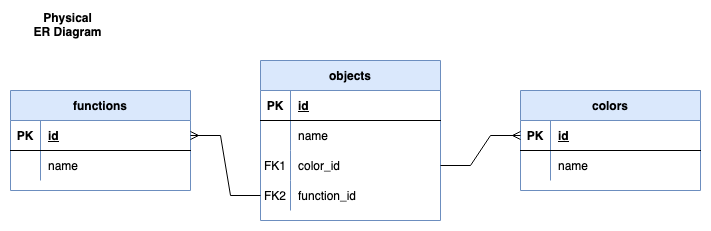
Earlier version of the draw.io export docs/presentations/modeling/01_has_many/images/physical_er.png (chipzx92/DataEngineeringI320). Source tidied: cells renumbered, new cells last; positions are measured from the earlier drawing's top-left corner, leaving out a move shared by most shapes. The source it was exported from:
```xml
<mxGraphModel>
  <root>
    <mxCell id="0" />
    <mxCell id="1" parent="0" />
    <mxCell id="2" value="objects" style="shape=table;startSize=30;rowLines=0;fontStyle=1;align=center;fillColor=#dae8fc;strokeColor=#6c8ebf;" parent="1" vertex="1">
      <mxGeometry x="250" y="50" width="180" height="160" as="geometry" />
    </mxCell>
    <mxCell id="3" style="shape=tableRow;horizontal=0;startSize=0;swimlaneHead=0;swimlaneBody=0;fillColor=none;top=0;left=0;right=0;bottom=1;" parent="2" vertex="1">
      <mxGeometry y="30" width="180" height="30" as="geometry" />
    </mxCell>
    <mxCell id="4" value="PK" style="shape=partialRectangle;fillColor=none;top=0;left=0;bottom=0;right=0;fontStyle=1;overflow=hidden;" parent="3" vertex="1">
      <mxGeometry width="30" height="30" as="geometry" />
    </mxCell>
    <mxCell id="5" value="id" style="shape=partialRectangle;fillColor=none;top=0;left=0;bottom=0;right=0;align=left;spacingLeft=6;fontStyle=5;overflow=hidden;" parent="3" vertex="1">
      <mxGeometry x="30" width="150" height="30" as="geometry" />
    </mxCell>
    <mxCell id="6" style="shape=tableRow;horizontal=0;startSize=0;swimlaneHead=0;swimlaneBody=0;fillColor=none;top=0;left=0;right=0;bottom=0;" parent="2" vertex="1">
      <mxGeometry y="60" width="180" height="30" as="geometry" />
    </mxCell>
    <mxCell id="7" style="shape=partialRectangle;fillColor=none;top=0;left=0;bottom=0;right=0;overflow=hidden;" parent="6" vertex="1">
      <mxGeometry width="30" height="30" as="geometry" />
    </mxCell>
    <mxCell id="8" value="name" style="shape=partialRectangle;fillColor=none;top=0;left=0;bottom=0;right=0;align=left;spacingLeft=6;overflow=hidden;" parent="6" vertex="1">
      <mxGeometry x="30" width="150" height="30" as="geometry" />
    </mxCell>
    <mxCell id="9" style="shape=tableRow;horizontal=0;startSize=0;swimlaneHead=0;swimlaneBody=0;fillColor=none;points=[[0,0.5],[1,0.5]];portConstraint=eastwest;top=0;left=0;right=0;bottom=0;" parent="2" vertex="1">
      <mxGeometry y="90" width="180" height="30" as="geometry" />
    </mxCell>
    <mxCell id="10" value="FK1" style="shape=partialRectangle;fillColor=none;top=0;left=0;bottom=0;right=0;overflow=hidden;" parent="9" vertex="1">
      <mxGeometry width="30" height="30" as="geometry" />
    </mxCell>
    <mxCell id="11" value="color_id" style="shape=partialRectangle;fillColor=none;top=0;left=0;bottom=0;right=0;align=left;spacingLeft=6;overflow=hidden;" parent="9" vertex="1">
      <mxGeometry x="30" width="150" height="30" as="geometry" />
    </mxCell>
    <mxCell id="12" style="shape=tableRow;horizontal=0;startSize=0;swimlaneHead=0;swimlaneBody=0;fillColor=none;points=[[0,0.5],[1,0.5]];portConstraint=eastwest;top=0;left=0;right=0;bottom=0;" parent="2" vertex="1">
      <mxGeometry y="120" width="180" height="30" as="geometry" />
    </mxCell>
    <mxCell id="13" value="FK2" style="shape=partialRectangle;fillColor=none;top=0;left=0;bottom=0;right=0;overflow=hidden;" parent="12" vertex="1">
      <mxGeometry width="30" height="30" as="geometry" />
    </mxCell>
    <mxCell id="14" value="function_id" style="shape=partialRectangle;fillColor=none;top=0;left=0;bottom=0;right=0;align=left;spacingLeft=6;overflow=hidden;" parent="12" vertex="1">
      <mxGeometry x="30" width="150" height="30" as="geometry" />
    </mxCell>
    <mxCell id="15" value="functions" style="shape=table;startSize=30;rowLines=0;fontStyle=1;align=center;fillColor=#dae8fc;strokeColor=#6c8ebf;" parent="1" vertex="1">
      <mxGeometry y="80" width="180" height="100" as="geometry" />
    </mxCell>
    <mxCell id="16" style="shape=tableRow;horizontal=0;startSize=0;swimlaneHead=0;swimlaneBody=0;fillColor=none;points=[[0,0.5],[1,0.5]];portConstraint=eastwest;top=0;left=0;right=0;bottom=1;" parent="15" vertex="1">
      <mxGeometry y="30" width="180" height="30" as="geometry" />
    </mxCell>
    <mxCell id="17" value="PK" style="shape=partialRectangle;fillColor=none;top=0;left=0;bottom=0;right=0;fontStyle=1;overflow=hidden;" parent="16" vertex="1">
      <mxGeometry width="30" height="30" as="geometry" />
    </mxCell>
    <mxCell id="18" value="id" style="shape=partialRectangle;fillColor=none;top=0;left=0;bottom=0;right=0;align=left;spacingLeft=6;fontStyle=5;overflow=hidden;" parent="16" vertex="1">
      <mxGeometry x="30" width="150" height="30" as="geometry" />
    </mxCell>
    <mxCell id="19" style="shape=tableRow;horizontal=0;startSize=0;swimlaneHead=0;swimlaneBody=0;fillColor=none;top=0;left=0;right=0;bottom=0;" parent="15" vertex="1">
      <mxGeometry y="60" width="180" height="30" as="geometry" />
    </mxCell>
    <mxCell id="20" style="shape=partialRectangle;fillColor=none;top=0;left=0;bottom=0;right=0;overflow=hidden;" parent="19" vertex="1">
      <mxGeometry width="30" height="30" as="geometry" />
    </mxCell>
    <mxCell id="21" value="name" style="shape=partialRectangle;fillColor=none;top=0;left=0;bottom=0;right=0;align=left;spacingLeft=6;overflow=hidden;" parent="19" vertex="1">
      <mxGeometry x="30" width="150" height="30" as="geometry" />
    </mxCell>
    <mxCell id="22" value="colors" style="shape=table;startSize=30;rowLines=0;fontStyle=1;align=center;fillColor=#dae8fc;strokeColor=#6c8ebf;" parent="1" vertex="1">
      <mxGeometry x="510" y="80" width="180" height="100" as="geometry" />
    </mxCell>
    <mxCell id="23" style="shape=tableRow;horizontal=0;startSize=0;swimlaneHead=0;swimlaneBody=0;fillColor=none;points=[[0,0.5],[1,0.5]];portConstraint=eastwest;top=0;left=0;right=0;bottom=1;" parent="22" vertex="1">
      <mxGeometry y="30" width="180" height="30" as="geometry" />
    </mxCell>
    <mxCell id="24" value="PK" style="shape=partialRectangle;fillColor=none;top=0;left=0;bottom=0;right=0;fontStyle=1;overflow=hidden;" parent="23" vertex="1">
      <mxGeometry width="30" height="30" as="geometry" />
    </mxCell>
    <mxCell id="25" value="id" style="shape=partialRectangle;fillColor=none;top=0;left=0;bottom=0;right=0;align=left;spacingLeft=6;fontStyle=5;overflow=hidden;" parent="23" vertex="1">
      <mxGeometry x="30" width="150" height="30" as="geometry" />
    </mxCell>
    <mxCell id="26" style="shape=tableRow;horizontal=0;startSize=0;swimlaneHead=0;swimlaneBody=0;fillColor=none;top=0;left=0;right=0;bottom=0;" parent="22" vertex="1">
      <mxGeometry y="60" width="180" height="30" as="geometry" />
    </mxCell>
    <mxCell id="27" style="shape=partialRectangle;fillColor=none;top=0;left=0;bottom=0;right=0;overflow=hidden;" parent="26" vertex="1">
      <mxGeometry width="30" height="30" as="geometry" />
    </mxCell>
    <mxCell id="28" value="name" style="shape=partialRectangle;fillColor=none;top=0;left=0;bottom=0;right=0;align=left;spacingLeft=6;overflow=hidden;" parent="26" vertex="1">
      <mxGeometry x="30" width="150" height="30" as="geometry" />
    </mxCell>
    <mxCell id="29" style="edgeStyle=entityRelationEdgeStyle;fontSize=12;html=1;endArrow=ERmany;rounded=0;exitX=0;exitY=0.5;exitDx=0;exitDy=0;entryX=1;entryY=0.5;entryDx=0;entryDy=0;" parent="1" edge="1" source="12" target="16">
      <mxGeometry relative="1" as="geometry" />
    </mxCell>
    <mxCell id="30" style="edgeStyle=entityRelationEdgeStyle;fontSize=12;html=1;endArrow=ERmany;rounded=0;exitX=1;exitY=0.5;exitDx=0;exitDy=0;entryX=0;entryY=0.5;entryDx=0;entryDy=0;" parent="1" edge="1" source="9" target="23">
      <mxGeometry relative="1" as="geometry" />
    </mxCell>
    <mxCell id="31" value="&lt;div&gt;Physical &lt;br&gt;&lt;/div&gt;&lt;div&gt;ER Diagram&lt;/div&gt;" style="text;html=1;strokeColor=none;fillColor=none;align=center;verticalAlign=middle;whiteSpace=wrap;rounded=0;fontStyle=1;" parent="1" vertex="1">
      <mxGeometry width="115" height="30" as="geometry" />
    </mxCell>
  </root>
</mxGraphModel>
```
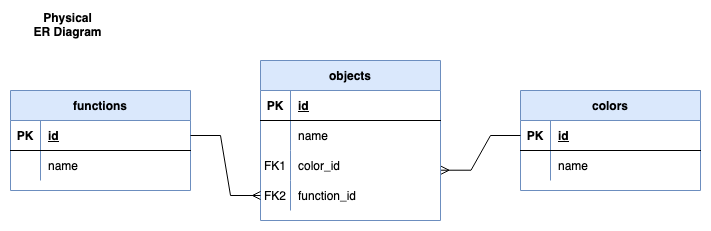
After the commit.

What changed in the source:
```diff
@@ -83,14 +83,14 @@
     <mxCell id="28" value="name" style="shape=partialRectangle;fillColor=none;top=0;left=0;bottom=0;right=0;align=left;spacingLeft=6;overflow=hidden;" parent="26" vertex="1">
       <mxGeometry x="30" width="150" height="30" as="geometry" />
     </mxCell>
-    <mxCell id="29" style="edgeStyle=entityRelationEdgeStyle;fontSize=12;html=1;endArrow=ERmany;rounded=0;exitX=0;exitY=0.5;exitDx=0;exitDy=0;entryX=1;entryY=0.5;entryDx=0;entryDy=0;" parent="1" edge="1" source="12" target="16">
-      <mxGeometry relative="1" as="geometry" />
+    <mxCell id="29" value="&lt;div&gt;Physical &lt;br&gt;&lt;/div&gt;&lt;div&gt;ER Diagram&lt;/div&gt;" style="text;html=1;strokeColor=none;fillColor=none;align=center;verticalAlign=middle;whiteSpace=wrap;rounded=0;fontStyle=1;" parent="1" vertex="1">
+      <mxGeometry width="115" height="30" as="geometry" />
     </mxCell>
-    <mxCell id="30" style="edgeStyle=entityRelationEdgeStyle;fontSize=12;html=1;endArrow=ERmany;rounded=0;exitX=1;exitY=0.5;exitDx=0;exitDy=0;entryX=0;entryY=0.5;entryDx=0;entryDy=0;" parent="1" edge="1" source="9" target="23">
+    <mxCell id="30" style="edgeStyle=entityRelationEdgeStyle;fontSize=12;html=1;endArrow=ERmany;rounded=0;exitX=1;exitY=0.5;exitDx=0;exitDy=0;entryX=0;entryY=0.5;entryDx=0;entryDy=0;" parent="1" edge="1" source="16" target="12">
       <mxGeometry relative="1" as="geometry" />
     </mxCell>
-    <mxCell id="31" value="&lt;div&gt;Physical &lt;br&gt;&lt;/div&gt;&lt;div&gt;ER Diagram&lt;/div&gt;" style="text;html=1;strokeColor=none;fillColor=none;align=center;verticalAlign=middle;whiteSpace=wrap;rounded=0;fontStyle=1;" parent="1" vertex="1">
-      <mxGeometry width="115" height="30" as="geometry" />
+    <mxCell id="31" style="edgeStyle=entityRelationEdgeStyle;fontSize=12;html=1;endArrow=ERmany;rounded=0;exitX=0;exitY=0.5;exitDx=0;exitDy=0;entryX=1.003;entryY=0.657;entryDx=0;entryDy=0;entryPerimeter=0;" parent="1" edge="1" source="23" target="9">
+      <mxGeometry relative="1" as="geometry" />
     </mxCell>
   </root>
 </mxGraphModel>
```
